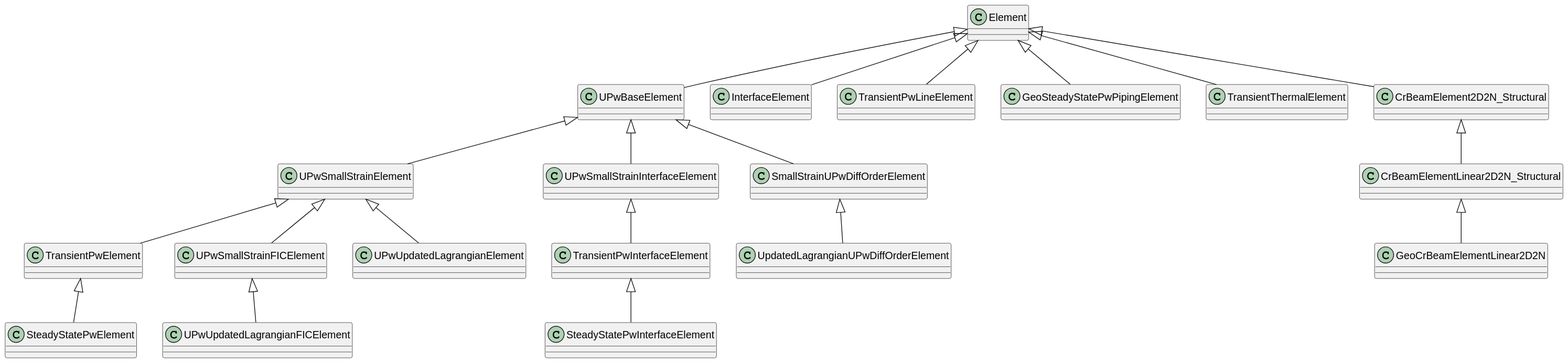
Above: applications/GeoMechanicsApplication/custom_elements/element_hierarchy.svg in KratosMultiphysics/Kratos (PlantUML), before the change.
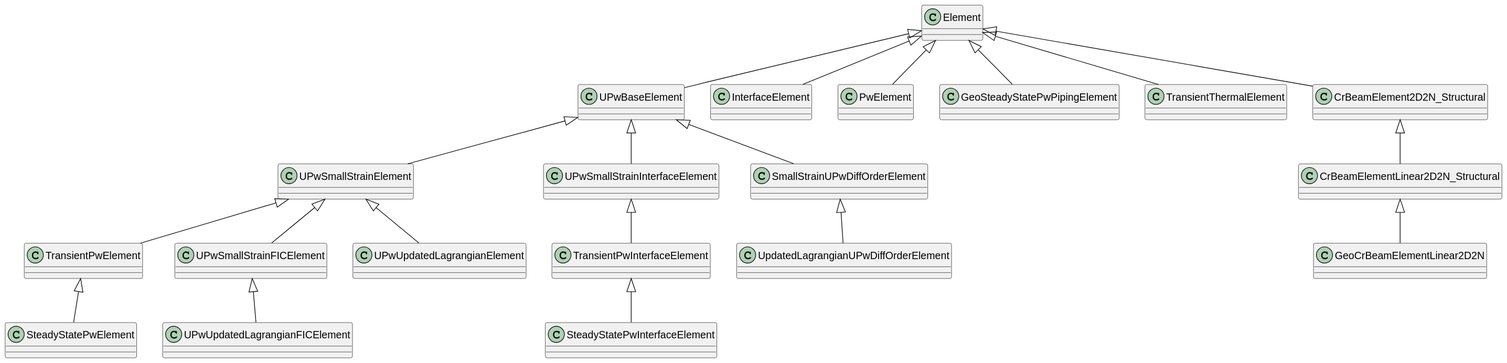
After the change.

The edit, as a diff of the source:
```diff
@@ -37,10 +37,10 @@
 class InterfaceElement
 Element <|-- InterfaceElement
 
-class TransientPwLineElement
+class PwElement
 class GeoSteadyStatePwPipingElement
 
-Element <|-- TransientPwLineElement
+Element <|-- PwElement
 Element <|-- GeoSteadyStatePwPipingElement
 
 class TransientThermalElement
```
